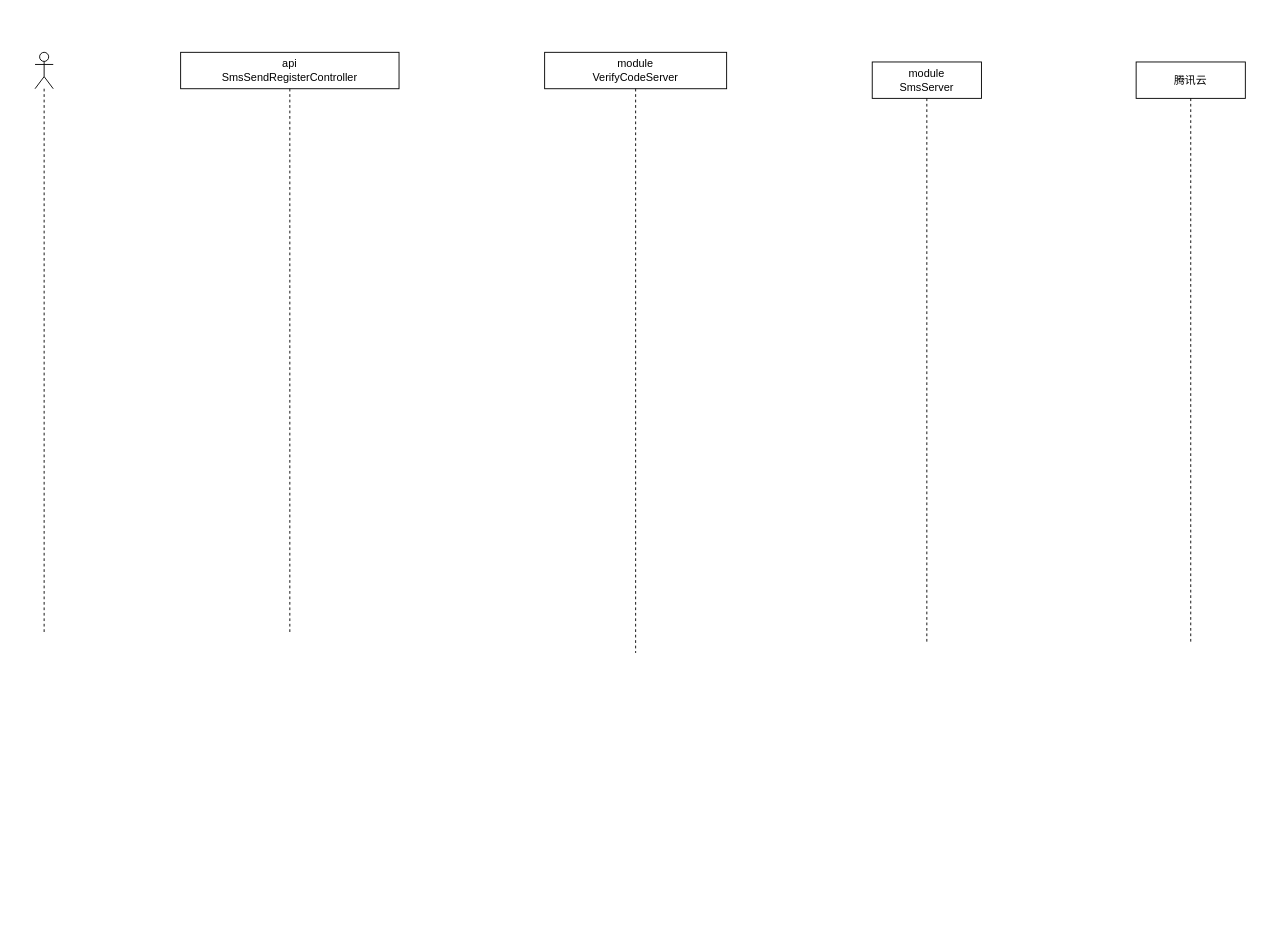
Before: 涛哥视频总结/短信业务.drawio in niuxiaocong/zongjie-picture, a draw.io diagram. Source tidied: cells renumbered, new cells numbered last; positions are measured from the earlier drawing's top-left corner, leaving out a move shared by most shapes. Both pictures are drawn from the tidied source at 91%, with x=0, y=0 at pixel (35, 52).
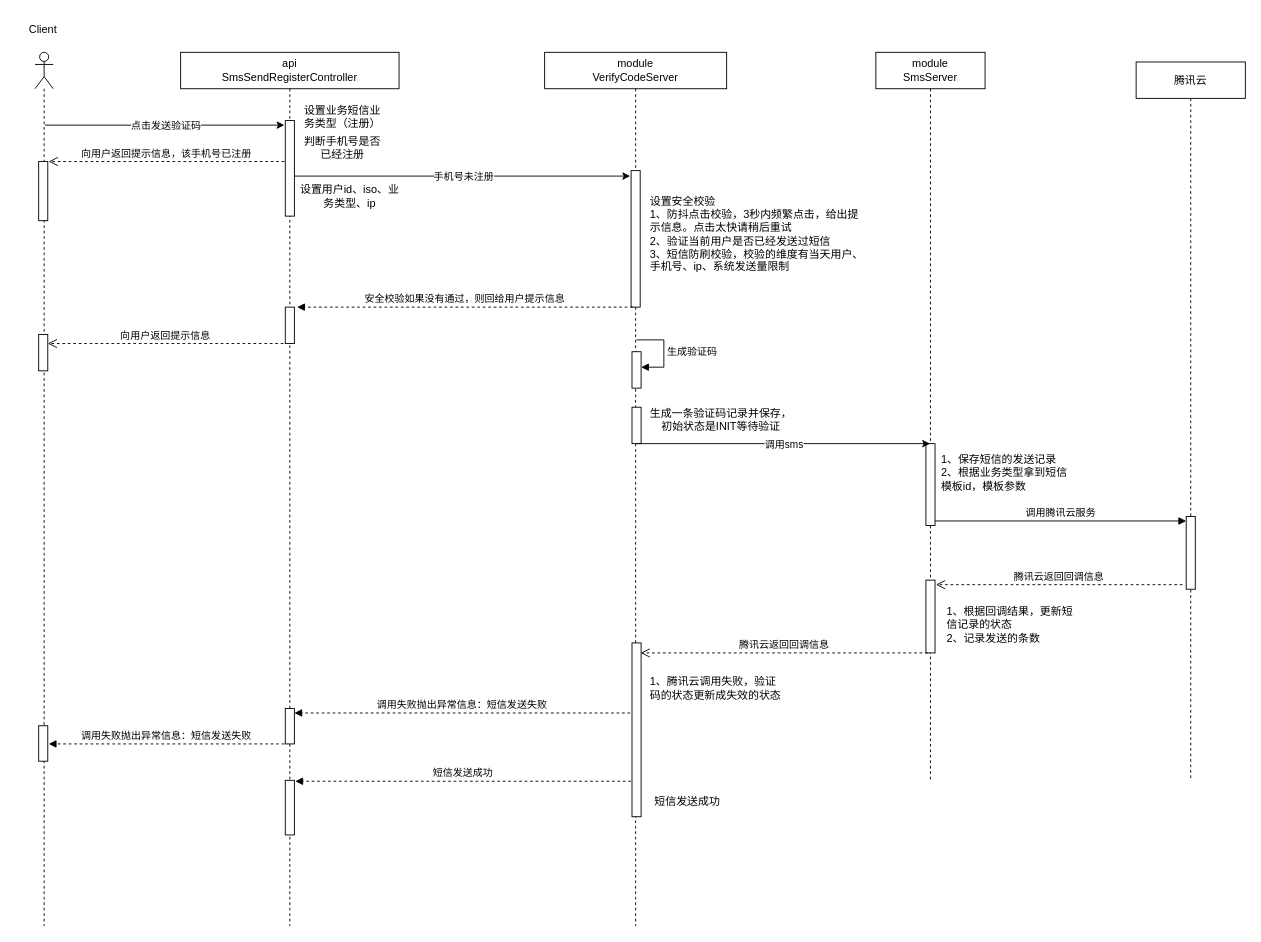
The same page after the edit.

Commit message:
更新短信业务.drawio

The edit, as a diff of the source:
```diff
@@
     <mxCell id="2" value="api&lt;br&gt;SmsSendRegisterController" style="shape=umlLifeline;perimeter=lifelinePerimeter;whiteSpace=wrap;html=1;newEdgeStyle={&quot;curved&quot;:0,&quot;rounded&quot;:0};" parent="1" vertex="1">
-      <mxGeometry x="160" width="240" height="638.7" as="geometry" />
+      <mxGeometry x="160" width="240" height="960" as="geometry" />
     </mxCell>
+    <mxCell id="7" style="html=1;perimeter=orthogonalPerimeter;targetShapes=umlLifeline;newEdgeStyle={&quot;curved&quot;:0,&quot;rounded&quot;:0};" parent="2" vertex="1">
+      <mxGeometry x="115" y="75" width="10" height="105" as="geometry" />
+    </mxCell>
+    <mxCell id="8" style="html=1;points=[[0,0,0,0,5],[0,1,0,0,-5],[1,0,0,0,5],[1,1,0,0,-5]];perimeter=orthogonalPerimeter;outlineConnect=0;targetShapes=umlLifeline;portConstraint=eastwest;newEdgeStyle={&quot;curved&quot;:0,&quot;rounded&quot;:0};" parent="2" vertex="1">
+      <mxGeometry x="115" y="721" width="10" height="39" as="geometry" />
+    </mxCell>
+    <mxCell id="9" style="html=1;perimeter=orthogonalPerimeter;targetShapes=umlLifeline;newEdgeStyle={&quot;curved&quot;:0,&quot;rounded&quot;:0};" parent="2" vertex="1">
+      <mxGeometry x="115" y="800" width="10" height="60" as="geometry" />
+    </mxCell>
+    <mxCell id="10" style="html=1;perimeter=orthogonalPerimeter;targetShapes=umlLifeline;newEdgeStyle={&quot;curved&quot;:0,&quot;rounded&quot;:0};" parent="2" vertex="1">
+      <mxGeometry x="115" y="280" width="10" height="40" as="geometry" />
+    </mxCell>
     <mxCell id="3" style="shape=umlLifeline;perimeter=lifelinePerimeter;whiteSpace=wrap;html=1;newEdgeStyle={&quot;curved&quot;:0,&quot;rounded&quot;:0};participant=umlActor;" parent="1" vertex="1">
-      <mxGeometry width="20" height="638.7" as="geometry" />
+      <mxGeometry width="20" height="960" as="geometry" />
     </mxCell>
+    <mxCell id="11" style="html=1;perimeter=orthogonalPerimeter;targetShapes=umlLifeline;newEdgeStyle={&quot;curved&quot;:0,&quot;rounded&quot;:0};" parent="3" vertex="1">
+      <mxGeometry x="4" y="120" width="10" height="65" as="geometry" />
+    </mxCell>
+    <mxCell id="12" style="html=1;perimeter=orthogonalPerimeter;targetShapes=umlLifeline;newEdgeStyle={&quot;curved&quot;:0,&quot;rounded&quot;:0};" parent="3" vertex="1">
+      <mxGeometry x="4" y="740" width="10" height="39" as="geometry" />
+    </mxCell>
+    <mxCell id="13" style="html=1;perimeter=orthogonalPerimeter;targetShapes=umlLifeline;newEdgeStyle={&quot;curved&quot;:0,&quot;rounded&quot;:0};" parent="3" vertex="1">
+      <mxGeometry x="4" y="310" width="10" height="40" as="geometry" />
+    </mxCell>
     <mxCell id="4" value="module&lt;br&gt;VerifyCodeServer" style="shape=umlLifeline;perimeter=lifelinePerimeter;whiteSpace=wrap;html=1;newEdgeStyle={&quot;curved&quot;:0,&quot;rounded&quot;:0};" parent="1" vertex="1">
-      <mxGeometry x="560" width="200" height="660" as="geometry" />
+      <mxGeometry x="560" width="200" height="960" as="geometry" />
     </mxCell>
+    <mxCell id="14" style="html=1;perimeter=orthogonalPerimeter;targetShapes=umlLifeline;newEdgeStyle={&quot;curved&quot;:0,&quot;rounded&quot;:0};" parent="4" vertex="1">
+      <mxGeometry x="95" y="130" width="10" height="150" as="geometry" />
+    </mxCell>
+    <mxCell id="15" style="html=1;perimeter=orthogonalPerimeter;targetShapes=umlLifeline;newEdgeStyle={&quot;curved&quot;:0,&quot;rounded&quot;:0};" parent="4" vertex="1">
+      <mxGeometry x="96" y="329" width="10" height="40" as="geometry" />
+    </mxCell>
+    <mxCell id="16" value="生成验证码" style="html=1;align=left;spacingLeft=2;endArrow=block;rounded=0;edgeStyle=orthogonalEdgeStyle;curved=0;rounded=0;" parent="4" edge="1">
+      <mxGeometry relative="1" as="geometry">
+        <mxPoint x="101" y="316" as="sourcePoint" />
+        <mxPoint x="106" y="346" as="targetPoint" />
+        <Array as="points">
+          <mxPoint x="131" y="346" />
+        </Array>
+      </mxGeometry>
+    </mxCell>
+    <mxCell id="17" style="html=1;perimeter=orthogonalPerimeter;targetShapes=umlLifeline;newEdgeStyle={&quot;curved&quot;:0,&quot;rounded&quot;:0};" parent="4" vertex="1">
+      <mxGeometry x="96" y="390" width="10" height="40" as="geometry" />
+    </mxCell>
+    <mxCell id="18" style="html=1;perimeter=orthogonalPerimeter;targetShapes=umlLifeline;newEdgeStyle={&quot;curved&quot;:0,&quot;rounded&quot;:0};" parent="4" vertex="1">
+      <mxGeometry x="96" y="649" width="10" height="191" as="geometry" />
+    </mxCell>
     <mxCell id="5" value="腾讯云" style="shape=umlLifeline;perimeter=lifelinePerimeter;whiteSpace=wrap;html=1;newEdgeStyle={&quot;curved&quot;:0,&quot;rounded&quot;:0};" parent="1" vertex="1">
-      <mxGeometry x="1210" y="10.6" width="120" height="638.7" as="geometry" />
+      <mxGeometry x="1210" y="10.6" width="120" height="789.4" as="geometry" />
     </mxCell>
+    <mxCell id="19" style="html=1;points=[[0,0,0,0,5],[0,1,0,0,-5],[1,0,0,0,5],[1,1,0,0,-5]];perimeter=orthogonalPerimeter;outlineConnect=0;targetShapes=umlLifeline;portConstraint=eastwest;newEdgeStyle={&quot;curved&quot;:0,&quot;rounded&quot;:0};" parent="5" vertex="1">
+      <mxGeometry x="55" y="499.4" width="10" height="80" as="geometry" />
+    </mxCell>
     <mxCell id="6" value="module&lt;br&gt;SmsServer" style="shape=umlLifeline;perimeter=lifelinePerimeter;whiteSpace=wrap;html=1;outlineConnect=0;portConstraint=eastwest;newEdgeStyle={&quot;curved&quot;:0,&quot;rounded&quot;:0};" parent="1" vertex="1">
-      <mxGeometry x="920" y="10.6" width="120" height="638.7" as="geometry" />
+      <mxGeometry x="924" width="120" height="800" as="geometry" />
     </mxCell>
+    <mxCell id="20" style="html=1;points=[[0,0,0,0,5],[0,1,0,0,-5],[1,0,0,0,5],[1,1,0,0,-5]];perimeter=orthogonalPerimeter;outlineConnect=0;targetShapes=umlLifeline;portConstraint=eastwest;newEdgeStyle={&quot;curved&quot;:0,&quot;rounded&quot;:0};" parent="6" vertex="1">
+      <mxGeometry x="55" y="430" width="10" height="90" as="geometry" />
+    </mxCell>
+    <mxCell id="21" style="html=1;perimeter=orthogonalPerimeter;targetShapes=umlLifeline;newEdgeStyle={&quot;curved&quot;:0,&quot;rounded&quot;:0};" parent="6" vertex="1">
+      <mxGeometry x="55" y="580" width="10" height="80" as="geometry" />
+    </mxCell>
+    <mxCell id="22" value="Client" style="text;html=1;strokeColor=none;fillColor=none;align=center;verticalAlign=middle;whiteSpace=wrap;rounded=0;" parent="1" vertex="1">
+      <mxGeometry x="-21" y="-40" width="60" height="30" as="geometry" />
+    </mxCell>
+    <mxCell id="23" style="endArrow=classic;html=1;rounded=0;" parent="1" edge="1">
+      <mxGeometry relative="1" as="geometry">
+        <mxPoint x="11" y="80" as="sourcePoint" />
+        <mxPoint x="274" y="80" as="targetPoint" />
+      </mxGeometry>
+    </mxCell>
+    <mxCell id="24" value="点击发送验证码" style="edgeLabel;html=1;align=center;verticalAlign=middle;rotation=0;" parent="23" vertex="1">
+      <mxGeometry relative="1" as="geometry" />
+    </mxCell>
+    <mxCell id="25" value="设置业务短信业务类型（注册）" style="text;html=1;strokeColor=none;fillColor=none;align=center;verticalAlign=middle;whiteSpace=wrap;rounded=0;" parent="1" vertex="1">
+      <mxGeometry x="292" y="56" width="92" height="30" as="geometry" />
+    </mxCell>
+    <mxCell id="26" style="endArrow=classic;html=1;rounded=0;" parent="1" edge="1">
+      <mxGeometry relative="1" as="geometry">
+        <mxPoint x="285" y="136" as="sourcePoint" />
+        <mxPoint x="654" y="136" as="targetPoint" />
+      </mxGeometry>
+    </mxCell>
+    <mxCell id="27" value="手机号未注册" style="edgeLabel;html=1;align=center;verticalAlign=middle;rotation=0;" parent="26" vertex="1">
+      <mxGeometry relative="1" as="geometry" />
+    </mxCell>
+    <mxCell id="28" value="设置安全校验&lt;br&gt;1、防抖点击校验，3秒内频繁点击，给出提示信息。点击太快请稍后重试&lt;br&gt;2、验证当前用户是否已经发送过短信&lt;br&gt;3、短信防刷校验，校验的维度有当天用户、手机号、ip、系统发送量限制" style="text;html=1;strokeColor=none;fillColor=none;align=left;verticalAlign=middle;whiteSpace=wrap;rounded=0;" parent="1" vertex="1">
+      <mxGeometry x="674" y="140" width="240" height="120" as="geometry" />
+    </mxCell>
+    <mxCell id="29" value="生成一条验证码记录并保存，初始状态是INIT等待验证" style="text;html=1;strokeColor=none;fillColor=none;align=center;verticalAlign=middle;whiteSpace=wrap;rounded=0;" parent="1" vertex="1">
+      <mxGeometry x="674" y="389" width="160" height="30" as="geometry" />
+    </mxCell>
+    <mxCell id="30" style="endArrow=classic;html=1;rounded=0;" parent="1" edge="1" target="6">
+      <mxGeometry relative="1" as="geometry">
+        <mxPoint x="661" y="430" as="sourcePoint" />
+      </mxGeometry>
+    </mxCell>
+    <mxCell id="31" value="调用sms" style="edgeLabel;html=1;align=center;verticalAlign=middle;rotation=0;" parent="30" vertex="1">
+      <mxGeometry relative="1" as="geometry" />
+    </mxCell>
+    <mxCell id="32" value="1、保存短信的发送记录&lt;br&gt;2、根据业务类型拿到短信模板id，模板参数" style="text;html=1;strokeColor=none;fillColor=none;align=left;verticalAlign=middle;whiteSpace=wrap;rounded=0;" parent="1" vertex="1">
+      <mxGeometry x="994" y="433" width="150" height="57" as="geometry" />
+    </mxCell>
+    <mxCell id="33" value="调用腾讯云服务" style="html=1;verticalAlign=bottom;endArrow=block;curved=0;rounded=0;entryX=0;entryY=0;entryDx=0;entryDy=5;" parent="1" edge="1" source="20" target="19">
+      <mxGeometry relative="1" as="geometry" />
+    </mxCell>
+    <mxCell id="34" value="腾讯云返回回调信息" style="html=1;verticalAlign=bottom;endArrow=open;dashed=1;endSize=8;curved=0;rounded=0;exitX=0;exitY=1;exitDx=0;exitDy=-5;" parent="1" edge="1">
+      <mxGeometry relative="1" as="geometry">
+        <mxPoint x="1261" y="585" as="sourcePoint" />
+        <mxPoint x="990" y="585" as="targetPoint" />
+      </mxGeometry>
+    </mxCell>
+    <mxCell id="35" value="1、根据回调结果，更新短信记录的状态&lt;br&gt;2、记录发送的条数" style="text;html=1;strokeColor=none;fillColor=none;align=left;verticalAlign=middle;whiteSpace=wrap;rounded=0;" parent="1" vertex="1">
+      <mxGeometry x="1000" y="600" width="150" height="57" as="geometry" />
+    </mxCell>
+    <mxCell id="36" value="腾讯云返回回调信息" style="html=1;verticalAlign=bottom;endArrow=open;dashed=1;endSize=8;curved=0;rounded=0;exitX=0;exitY=1;exitDx=0;exitDy=-5;" parent="1" edge="1">
+      <mxGeometry relative="1" as="geometry">
+        <mxPoint x="981" y="660" as="sourcePoint" />
+        <mxPoint x="665.5" y="660" as="targetPoint" />
+      </mxGeometry>
+    </mxCell>
+    <mxCell id="37" value="1、腾讯云调用失败，验证码的状态更新成失效的状态" style="text;html=1;strokeColor=none;fillColor=none;align=left;verticalAlign=middle;whiteSpace=wrap;rounded=0;" parent="1" vertex="1">
+      <mxGeometry x="674" y="670" width="150" height="57" as="geometry" />
+    </mxCell>
+    <mxCell id="38" value="调用失败抛出异常信息：短信发送失败" style="html=1;verticalAlign=bottom;endArrow=block;curved=0;rounded=0;entryX=1;entryY=0;entryDx=0;entryDy=5;dashed=1;" parent="1" edge="1" target="8">
+      <mxGeometry relative="1" as="geometry">
+        <mxPoint x="654" y="726" as="sourcePoint" />
+      </mxGeometry>
+    </mxCell>
+    <mxCell id="39" value="短信发送成功" style="html=1;verticalAlign=bottom;endArrow=block;curved=0;rounded=0;entryX=1;entryY=0;entryDx=0;entryDy=5;dashed=1;" parent="1" edge="1">
+      <mxGeometry relative="1" as="geometry">
+        <mxPoint x="655" y="801" as="sourcePoint" />
+        <mxPoint x="286" y="801" as="targetPoint" />
+      </mxGeometry>
+    </mxCell>
+    <mxCell id="40" value="短信发送成功" style="text;html=1;strokeColor=none;fillColor=none;align=left;verticalAlign=middle;whiteSpace=wrap;rounded=0;" parent="1" vertex="1">
+      <mxGeometry x="679" y="800" width="150" height="47" as="geometry" />
+    </mxCell>
+    <mxCell id="41" value="判断手机号是否已经注册" style="text;html=1;strokeColor=none;fillColor=none;align=center;verticalAlign=middle;whiteSpace=wrap;rounded=0;" parent="1" vertex="1">
+      <mxGeometry x="292" y="90" width="92" height="30" as="geometry" />
+    </mxCell>
+    <mxCell id="42" value="向用户返回提示信息，该手机号已注册" style="html=1;verticalAlign=bottom;endArrow=open;dashed=1;endSize=8;curved=0;rounded=0;" parent="1" edge="1">
+      <mxGeometry relative="1" as="geometry">
+        <mxPoint x="274" y="120" as="sourcePoint" />
+        <mxPoint x="15" y="120" as="targetPoint" />
+      </mxGeometry>
+    </mxCell>
+    <mxCell id="43" value="设置用户id、iso、业务类型、ip" style="text;html=1;strokeColor=none;fillColor=none;align=center;verticalAlign=middle;whiteSpace=wrap;rounded=0;" parent="1" vertex="1">
+      <mxGeometry x="288" y="143" width="116" height="30" as="geometry" />
+    </mxCell>
+    <mxCell id="44" value="调用失败抛出异常信息：短信发送失败" style="html=1;verticalAlign=bottom;endArrow=block;curved=0;rounded=0;entryX=1;entryY=0;entryDx=0;entryDy=5;dashed=1;" parent="1" edge="1">
+      <mxGeometry relative="1" as="geometry">
+        <mxPoint x="274" y="760" as="sourcePoint" />
+        <mxPoint x="15" y="760" as="targetPoint" />
+      </mxGeometry>
+    </mxCell>
+    <mxCell id="45" value="安全校验如果没有通过，则回给用户提示信息" style="html=1;verticalAlign=bottom;endArrow=block;curved=0;rounded=0;entryX=1;entryY=0;entryDx=0;entryDy=5;dashed=1;" parent="1" edge="1">
+      <mxGeometry relative="1" as="geometry">
+        <mxPoint x="657" y="280" as="sourcePoint" />
+        <mxPoint x="288" y="280" as="targetPoint" />
+      </mxGeometry>
+    </mxCell>
+    <mxCell id="46" value="向用户返回提示信息" style="html=1;verticalAlign=bottom;endArrow=open;dashed=1;endSize=8;curved=0;rounded=0;" parent="1" edge="1">
+      <mxGeometry relative="1" as="geometry">
+        <mxPoint x="273" y="320" as="sourcePoint" />
+        <mxPoint x="14" y="320" as="targetPoint" />
+      </mxGeometry>
+    </mxCell>
```
